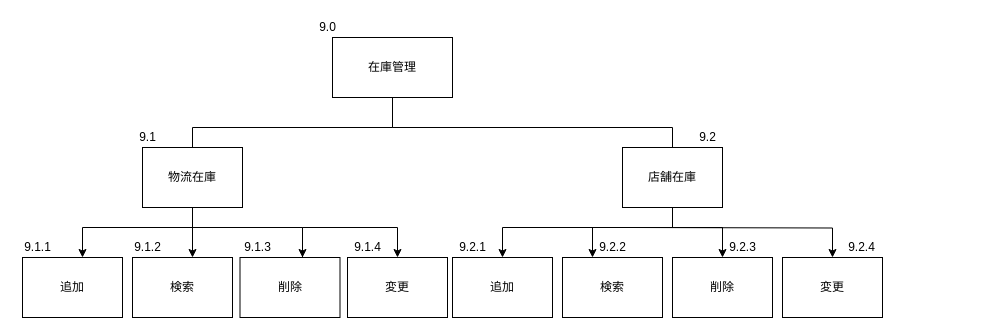
Above: サブシステム構造図/在庫管理.drawio in Yamanin3/system-devel (draw.io), before the change. Source tidied: cells renumbered, new cells numbered last; positions are measured from the earlier drawing's top-left corner, leaving out a move shared by most shapes. Both pictures are drawn from the tidied source at 100%, with x=0, y=0 at pixel (17, 17).
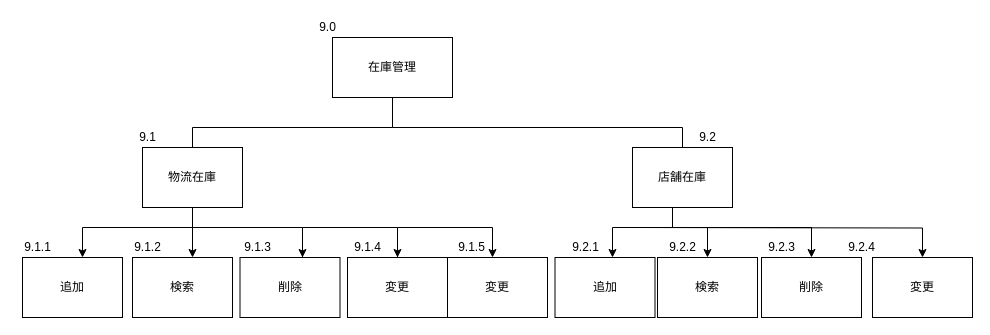
Above is the later version.

Commit message:
一部修正しました

The change refers to these unchanged cells:
```xml
<mxCell id="18" value="変更" style="whiteSpace=wrap;html=1;align=center;verticalAlign=middle;" parent="1" vertex="1">
  <mxGeometry x="330" y="240" width="100" height="60" as="geometry" />
</mxCell>
```

Diff of the diagram source:
```diff
@@
     <mxCell id="3" style="edgeStyle=orthogonalEdgeStyle;rounded=0;jettySize=auto;html=1;" parent="1" edge="1" source="5" target="10">
       <mxGeometry relative="1" as="geometry">
         <Array as="points">
           <mxPoint x="655" y="210" />
-          <mxPoint x="485" y="210" />
+          <mxPoint x="595" y="210" />
         </Array>
       </mxGeometry>
     </mxCell>
     <mxCell id="4" style="edgeStyle=orthogonalEdgeStyle;rounded=0;jettySize=auto;html=1;" parent="1" edge="1" source="5" target="7">
       <mxGeometry relative="1" as="geometry">
         <Array as="points">
           <mxPoint x="655" y="210" />
-          <mxPoint x="705" y="210" />
+          <mxPoint x="794" y="210" />
         </Array>
       </mxGeometry>
     </mxCell>
     <mxCell id="5" value="店舗在庫" style="whiteSpace=wrap;html=1;align=center;verticalAlign=middle;" parent="1" vertex="1">
-      <mxGeometry x="605" y="130" width="100" height="60" as="geometry" />
+      <mxGeometry x="615" y="130" width="100" height="60" as="geometry" />
     </mxCell>
@@
     <mxCell id="7" value="削除" style="whiteSpace=wrap;html=1;align=center;verticalAlign=middle;" parent="1" vertex="1">
-      <mxGeometry x="655" y="240" width="100" height="60" as="geometry" />
+      <mxGeometry x="744" y="240" width="100" height="60" as="geometry" />
     </mxCell>
+    <mxCell id="32" value="9.2.3" style="text;html=1;align=center;verticalAlign=middle;fillColor=none;strokeColor=none;rounded=0;" parent="7" vertex="1">
+      <mxGeometry y="-20" width="40" height="20" as="geometry" />
+    </mxCell>
     <mxCell id="8" value="変更" style="whiteSpace=wrap;html=1;align=center;verticalAlign=middle;" parent="1" vertex="1">
-      <mxGeometry x="765" y="240" width="100" height="60" as="geometry" />
+      <mxGeometry x="855" y="240" width="100" height="60" as="geometry" />
     </mxCell>
     <mxCell id="9" style="edgeStyle=orthogonalEdgeStyle;rounded=0;jettySize=auto;html=1;" parent="1" edge="1" target="11">
       <mxGeometry relative="1" as="geometry">
-        <mxPoint x="495" y="210" as="sourcePoint" />
+        <mxPoint x="615" y="210" as="sourcePoint" />
         <Array as="points">
-          <mxPoint x="575" y="210" />
+          <mxPoint x="690" y="210" />
         </Array>
       </mxGeometry>
     </mxCell>
     <mxCell id="10" value="追加" style="whiteSpace=wrap;html=1;align=center;verticalAlign=middle;" parent="1" vertex="1">
-      <mxGeometry x="435" y="240" width="100" height="60" as="geometry" />
+      <mxGeometry x="537.5" y="240" width="100" height="60" as="geometry" />
     </mxCell>
     <mxCell id="11" value="検索" style="whiteSpace=wrap;html=1;align=center;verticalAlign=middle;" parent="1" vertex="1">
-      <mxGeometry x="545" y="240" width="100" height="60" as="geometry" />
+      <mxGeometry x="640" y="240" width="100" height="60" as="geometry" />
     </mxCell>
@@
+    <mxCell id="34" style="edgeStyle=orthogonalEdgeStyle;rounded=0;jettySize=auto;html=1;" parent="1" edge="1" source="18" target="35">
+      <mxGeometry relative="1" as="geometry">
+        <Array as="points">
+          <mxPoint x="380" y="210" />
+          <mxPoint x="475" y="210" />
+        </Array>
+      </mxGeometry>
+    </mxCell>
@@
+    <mxCell id="35" value="変更" style="whiteSpace=wrap;html=1;align=center;verticalAlign=middle;" parent="1" vertex="1">
+      <mxGeometry x="430" y="240" width="100" height="60" as="geometry" />
+    </mxCell>
@@
     <mxCell id="30" value="9.2.1" style="text;html=1;align=center;verticalAlign=middle;fillColor=none;strokeColor=none;rounded=0;" parent="1" vertex="1">
-      <mxGeometry x="435" y="220" width="40" height="20" as="geometry" />
+      <mxGeometry x="547.5" y="220" width="40" height="20" as="geometry" />
     </mxCell>
     <mxCell id="31" value="9.2.2" style="text;html=1;align=center;verticalAlign=middle;fillColor=none;strokeColor=none;rounded=0;" parent="1" vertex="1">
-      <mxGeometry x="575" y="220" width="40" height="20" as="geometry" />
+      <mxGeometry x="645" y="220" width="40" height="20" as="geometry" />
     </mxCell>
-    <mxCell id="32" value="9.2.3" style="text;html=1;align=center;verticalAlign=middle;fillColor=none;strokeColor=none;rounded=0;" parent="1" vertex="1">
-      <mxGeometry x="705" y="220" width="40" height="20" as="geometry" />
-    </mxCell>
@@
+    <mxCell id="36" value="9.1.5" style="text;html=1;align=center;verticalAlign=middle;fillColor=none;strokeColor=none;rounded=0;" parent="1" vertex="1">
+      <mxGeometry x="434" y="220" width="40" height="20" as="geometry" />
+    </mxCell>
```
